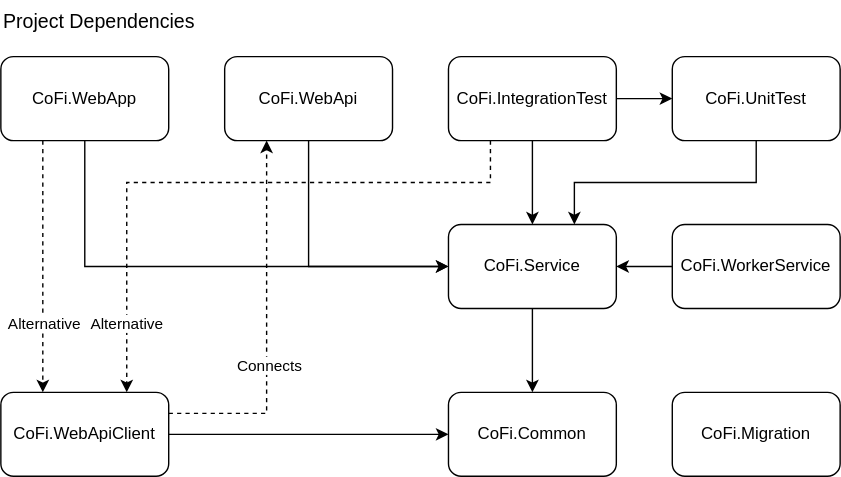
Before: Diagrams/AnaSys/CoFi/CoFi.Project.Dependencies.svg, a diagram exported from draw.io (feifel/notion). Source tidied: cells renumbered, new cells last; positions are measured from the earlier drawing's top-left corner, leaving out a move shared by most shapes.
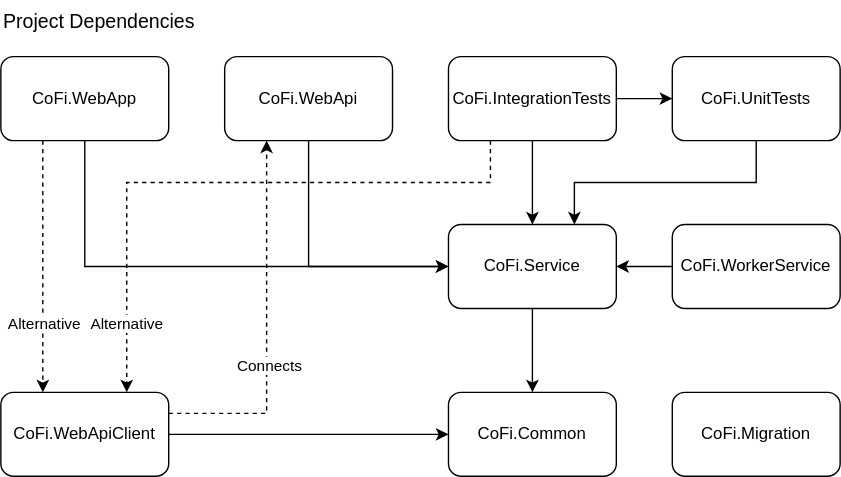
After the commit.

Diff of the diagram source:
```diff
@@ -62,7 +62,7 @@
     <mxCell id="17" style="edgeStyle=orthogonalEdgeStyle;rounded=0;jettySize=auto;html=1;exitX=1;exitY=0.5;exitDx=0;exitDy=0;entryX=0;entryY=0.5;entryDx=0;entryDy=0;" parent="1" edge="1" source="18" target="25">
       <mxGeometry relative="1" as="geometry" />
     </mxCell>
-    <mxCell id="18" value="&lt;div&gt;CoFi.IntegrationTest&lt;/div&gt;" style="rounded=1;whiteSpace=wrap;html=1;" parent="1" vertex="1">
+    <mxCell id="18" value="&lt;div&gt;&lt;font style=&quot;font-size: 12px&quot;&gt;CoFi.IntegrationTest&lt;/font&gt;&lt;font style=&quot;font-size: 12px&quot;&gt;s&lt;/font&gt;&lt;/div&gt;" style="rounded=1;whiteSpace=wrap;html=1;" parent="1" vertex="1">
       <mxGeometry x="320" y="40" width="120" height="60" as="geometry" />
     </mxCell>
     <mxCell id="19" style="edgeStyle=orthogonalEdgeStyle;rounded=0;jettySize=auto;html=1;exitX=0.5;exitY=1;exitDx=0;exitDy=0;entryX=0;entryY=0.5;entryDx=0;entryDy=0;" parent="1" edge="1" source="22" target="4">
@@ -85,7 +85,7 @@
     <mxCell id="24" style="edgeStyle=orthogonalEdgeStyle;rounded=0;jettySize=auto;html=1;exitX=0.5;exitY=1;exitDx=0;exitDy=0;entryX=0.75;entryY=0;entryDx=0;entryDy=0;" parent="1" edge="1" source="25" target="4">
       <mxGeometry relative="1" as="geometry" />
     </mxCell>
-    <mxCell id="25" value="&lt;div&gt;CoFi.UnitTest&lt;/div&gt;" style="rounded=1;whiteSpace=wrap;html=1;" parent="1" vertex="1">
+    <mxCell id="25" value="&lt;div&gt;CoFi.UnitTests&lt;/div&gt;" style="rounded=1;whiteSpace=wrap;html=1;" parent="1" vertex="1">
       <mxGeometry x="480" y="40" width="120" height="60" as="geometry" />
     </mxCell>
     <mxCell id="26" value="&lt;font style=&quot;font-size: 14px&quot;&gt;Project Dependencies&lt;br&gt;&lt;/font&gt;" style="text;html=1;strokeColor=none;fillColor=none;align=left;verticalAlign=middle;whiteSpace=wrap;rounded=0;" parent="1" vertex="1">
```
